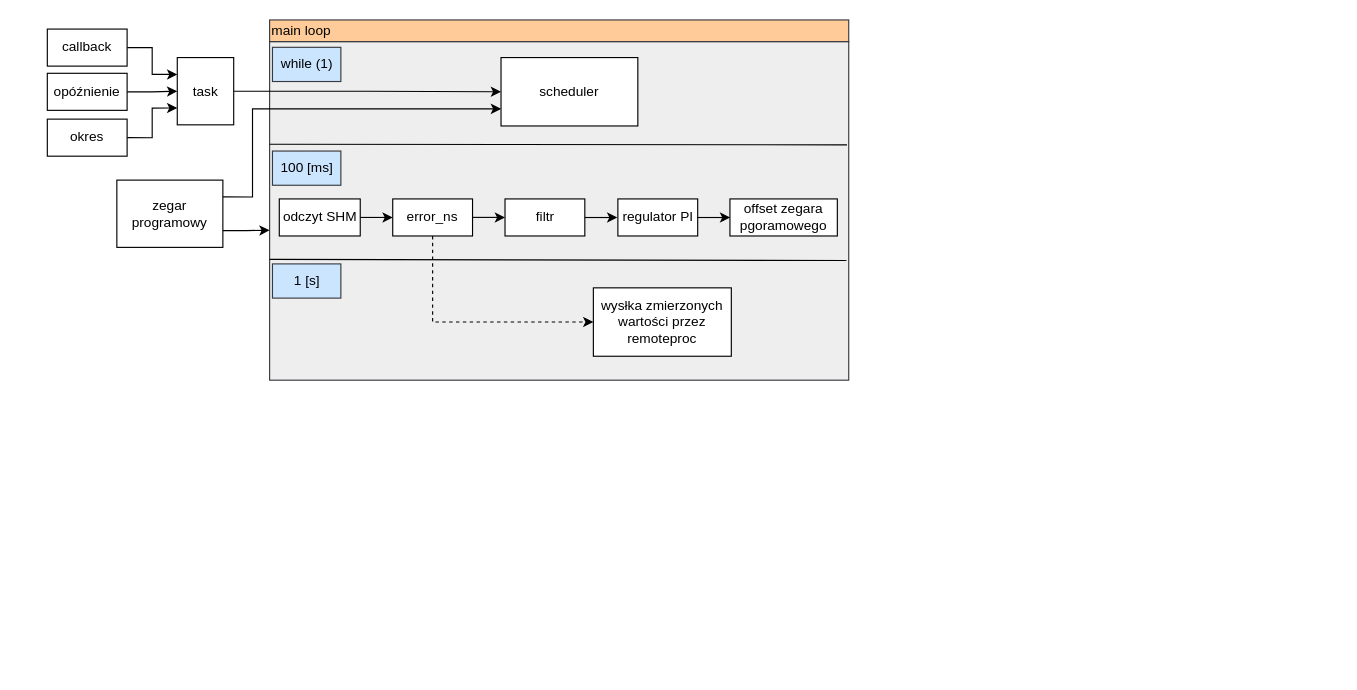
Earlier version of the draw.io diagram page "main_scheme" (3 of 4) of Untitled Diagram.drawio (DominikBudzynski/custom_ntp). Source tidied: cells renumbered, new cells numbered last; positions are measured from the earlier drawing's top-left corner, leaving out a move shared by most shapes. Both pictures are drawn from the tidied source at 114%, with x=0, y=0 at pixel (47, 19).
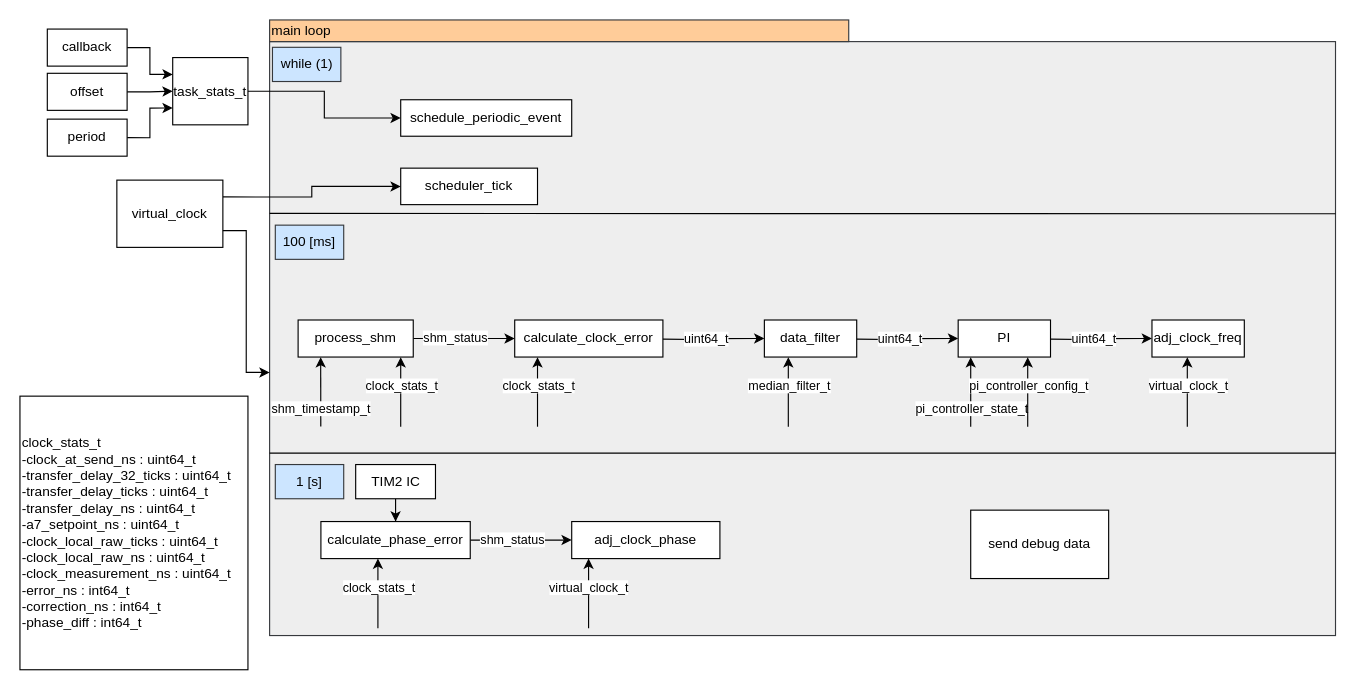
The same diagram, later.

Unchanged cells that the change refers to:
```xml
<mxCell id="11" style="edgeStyle=orthogonalEdgeStyle;rounded=0;jettySize=auto;html=1;exitX=1;exitY=0.5;exitDx=0;exitDy=0;entryX=0;entryY=0.5;entryDx=0;entryDy=0;" parent="1" edge="1" source="12" target="14">
  <mxGeometry relative="1" as="geometry" />
</mxCell>
```

What changed in the source:
```diff
@@
     <mxCell id="2" style="rounded=0;whiteSpace=wrap;html=1;fillColor=#eeeeee;strokeColor=#36393d;" parent="1" vertex="1">
-      <mxGeometry x="195" y="19" width="508" height="297" as="geometry" />
+      <mxGeometry x="195" y="19" width="935" height="521" as="geometry" />
     </mxCell>
-    <mxCell id="3" style="endArrow=none;html=1;rounded=0;exitX=0.003;exitY=0.24;exitDx=0;exitDy=0;exitPerimeter=0;entryX=1;entryY=0.242;entryDx=0;entryDy=0;entryPerimeter=0;" parent="1" edge="1">
+    <mxCell id="3" style="endArrow=none;html=1;rounded=0;exitX=0.003;exitY=0.24;exitDx=0;exitDy=0;exitPerimeter=0;" parent="1" edge="1">
       <mxGeometry relative="1" as="geometry">
-        <mxPoint x="195" y="109" as="sourcePoint" />
-        <mxPoint x="701.5" y="109.6" as="targetPoint" />
+        <mxPoint x="195" y="169.7" as="sourcePoint" />
+        <mxPoint x="1130" y="170" as="targetPoint" />
       </mxGeometry>
     </mxCell>
-    <mxCell id="4" style="endArrow=none;html=1;rounded=0;exitX=0.003;exitY=0.24;exitDx=0;exitDy=0;exitPerimeter=0;entryX=1;entryY=0.242;entryDx=0;entryDy=0;entryPerimeter=0;" parent="1" edge="1">
+    <mxCell id="4" style="endArrow=none;html=1;rounded=0;exitX=0.003;exitY=0.24;exitDx=0;exitDy=0;exitPerimeter=0;" parent="1" edge="1">
       <mxGeometry relative="1" as="geometry">
-        <mxPoint x="195" y="210" as="sourcePoint" />
-        <mxPoint x="701" y="211" as="targetPoint" />
+        <mxPoint x="195" y="380" as="sourcePoint" />
+        <mxPoint x="1130" y="380" as="targetPoint" />
       </mxGeometry>
     </mxCell>
@@
     <mxCell id="6" value="100 [ms]" style="text;html=1;align=center;verticalAlign=middle;whiteSpace=wrap;rounded=0;strokeColor=#36393d;fillColor=#cce5ff;" parent="1" vertex="1">
-      <mxGeometry x="197.5" y="115" width="60" height="30" as="geometry" />
+      <mxGeometry x="200" y="180" width="60" height="30" as="geometry" />
     </mxCell>
     <mxCell id="7" value="1 [s]" style="text;html=1;align=center;verticalAlign=middle;whiteSpace=wrap;rounded=0;strokeColor=#36393d;fillColor=#cce5ff;" parent="1" vertex="1">
-      <mxGeometry x="197.5" y="214" width="60" height="30" as="geometry" />
+      <mxGeometry x="200" y="390" width="60" height="30" as="geometry" />
     </mxCell>
-    <mxCell id="8" value="scheduler" style="rounded=0;whiteSpace=wrap;html=1;" parent="1" vertex="1">
-      <mxGeometry x="398" y="33" width="120" height="60" as="geometry" />
+    <mxCell id="8" value="scheduler_tick" style="rounded=0;whiteSpace=wrap;html=1;" parent="1" vertex="1">
+      <mxGeometry x="310" y="130" width="120" height="32" as="geometry" />
     </mxCell>
-    <mxCell id="9" style="edgeStyle=orthogonalEdgeStyle;rounded=0;jettySize=auto;html=1;exitX=1;exitY=0.5;exitDx=0;exitDy=0;entryX=0;entryY=0.5;entryDx=0;entryDy=0;" parent="1" edge="1" source="10" target="8">
-      <mxGeometry relative="1" as="geometry" />
-    </mxCell>
+    <mxCell id="32" style="edgeStyle=orthogonalEdgeStyle;rounded=0;jettySize=auto;html=1;exitX=1;exitY=0.5;exitDx=0;exitDy=0;" parent="1" edge="1" source="10" target="67">
+      <mxGeometry relative="1" as="geometry" />
+    </mxCell>
-    <mxCell id="10" value="task" style="rounded=0;whiteSpace=wrap;html=1;" parent="1" vertex="1">
-      <mxGeometry x="114" y="33" width="49.5" height="59" as="geometry" />
+    <mxCell id="10" value="task_stats_t" style="rounded=0;whiteSpace=wrap;html=1;" parent="1" vertex="1">
+      <mxGeometry x="110" y="33" width="66" height="59" as="geometry" />
     </mxCell>
@@
+    <mxCell id="33" value="shm_status" style="edgeLabel;html=1;align=center;verticalAlign=middle;" parent="11" vertex="1">
+      <mxGeometry x="-0.18" y="1" relative="1" as="geometry" />
+    </mxCell>
-    <mxCell id="12" value="odczyt SHM" style="rounded=0;whiteSpace=wrap;html=1;" parent="1" vertex="1">
-      <mxGeometry x="203.5" y="157" width="71" height="32.5" as="geometry" />
+    <mxCell id="12" value="process_shm" style="rounded=0;whiteSpace=wrap;html=1;" parent="1" vertex="1">
+      <mxGeometry x="220" y="263.2" width="101" height="32.5" as="geometry" />
     </mxCell>
-    <mxCell id="13" style="edgeStyle=orthogonalEdgeStyle;rounded=0;jettySize=auto;html=1;exitX=0.5;exitY=1;exitDx=0;exitDy=0;entryX=0;entryY=0.5;entryDx=0;entryDy=0;dashed=1;" parent="1" edge="1" source="14" target="24">
-      <mxGeometry relative="1" as="geometry" />
-    </mxCell>
-    <mxCell id="14" value="error_ns" style="rounded=0;whiteSpace=wrap;html=1;" parent="1" vertex="1">
-      <mxGeometry x="303" y="157" width="70" height="32.5" as="geometry" />
+    <mxCell id="14" value="calculate_clock_error" style="rounded=0;whiteSpace=wrap;html=1;" parent="1" vertex="1">
+      <mxGeometry x="410" y="263.2" width="130" height="32.5" as="geometry" />
     </mxCell>
-    <mxCell id="15" style="edgeStyle=orthogonalEdgeStyle;rounded=0;jettySize=auto;html=1;exitX=1;exitY=0.5;exitDx=0;exitDy=0;entryX=0;entryY=0.5;entryDx=0;entryDy=0;" parent="1" edge="1" target="16">
-      <mxGeometry relative="1" as="geometry">
-        <mxPoint x="373" y="173.2" as="sourcePoint" />
-      </mxGeometry>
-    </mxCell>
-    <mxCell id="16" value="filtr" style="rounded=0;whiteSpace=wrap;html=1;" parent="1" vertex="1">
-      <mxGeometry x="401.5" y="157" width="70" height="32.5" as="geometry" />
-    </mxCell>
@@
-    <mxCell id="21" value="opóźnienie" style="rounded=0;whiteSpace=wrap;html=1;" parent="1" vertex="1">
+    <mxCell id="21" value="offset" style="rounded=0;whiteSpace=wrap;html=1;" parent="1" vertex="1">
       <mxGeometry y="46.8" width="70" height="32.5" as="geometry" />
     </mxCell>
@@
-    <mxCell id="23" value="okres" style="rounded=0;whiteSpace=wrap;html=1;" parent="1" vertex="1">
+    <mxCell id="23" value="period" style="rounded=0;whiteSpace=wrap;html=1;" parent="1" vertex="1">
       <mxGeometry y="87" width="70" height="32.5" as="geometry" />
     </mxCell>
-    <mxCell id="24" value="wysłka zmierzonych wartości przez remoteproc" style="rounded=0;whiteSpace=wrap;html=1;" parent="1" vertex="1">
-      <mxGeometry x="479" y="235" width="121" height="60" as="geometry" />
+    <mxCell id="24" value="send debug data" style="rounded=0;whiteSpace=wrap;html=1;" parent="1" vertex="1">
+      <mxGeometry x="810" y="430" width="121" height="60" as="geometry" />
     </mxCell>
-    <mxCell id="25" value="regulator PI" style="rounded=0;whiteSpace=wrap;html=1;" parent="1" vertex="1">
-      <mxGeometry x="500.5" y="157" width="70" height="32.5" as="geometry" />
-    </mxCell>
-    <mxCell id="26" value="offset zegara pgoramowego" style="rounded=0;whiteSpace=wrap;html=1;" parent="1" vertex="1">
-      <mxGeometry x="598.8" y="157" width="94.2" height="32.5" as="geometry" />
-    </mxCell>
-    <mxCell id="27" style="edgeStyle=orthogonalEdgeStyle;rounded=0;jettySize=auto;html=1;exitX=1;exitY=0.25;exitDx=0;exitDy=0;entryX=0;entryY=0.75;entryDx=0;entryDy=0;" parent="1" edge="1" source="28" target="8">
-      <mxGeometry relative="1" as="geometry">
-        <Array as="points">
-          <mxPoint x="180" y="155" />
-          <mxPoint x="180" y="78" />
-        </Array>
-      </mxGeometry>
+    <mxCell id="27" style="edgeStyle=orthogonalEdgeStyle;rounded=0;jettySize=auto;html=1;exitX=1;exitY=0.25;exitDx=0;exitDy=0;entryX=0;entryY=0.5;entryDx=0;entryDy=0;" parent="1" edge="1" source="28" target="8">
+      <mxGeometry relative="1" as="geometry" />
     </mxCell>
-    <mxCell id="28" value="zegar programowy" style="rounded=0;whiteSpace=wrap;html=1;" parent="1" vertex="1">
+    <mxCell id="28" value="virtual_clock" style="rounded=0;whiteSpace=wrap;html=1;" parent="1" vertex="1">
       <mxGeometry x="61" y="140.5" width="93" height="59" as="geometry" />
     </mxCell>
@@
-    <mxCell id="30" style="edgeStyle=orthogonalEdgeStyle;rounded=0;orthogonalLoop=1;jettySize=auto;html=1;exitX=1;exitY=0.5;exitDx=0;exitDy=0;entryX=0;entryY=0.5;entryDx=0;entryDy=0;" parent="1" edge="1">
-      <mxGeometry relative="1" as="geometry">
-        <mxPoint x="471.5" y="173.3" as="sourcePoint" />
-        <mxPoint x="500" y="173" as="targetPoint" />
-      </mxGeometry>
-    </mxCell>
-    <mxCell id="31" style="edgeStyle=orthogonalEdgeStyle;rounded=0;orthogonalLoop=1;jettySize=auto;html=1;exitX=1;exitY=0.5;exitDx=0;exitDy=0;entryX=0;entryY=0.5;entryDx=0;entryDy=0;" parent="1" edge="1">
-      <mxGeometry relative="1" as="geometry">
-        <mxPoint x="570.5" y="173.3" as="sourcePoint" />
-        <mxPoint x="599" y="173" as="targetPoint" />
-      </mxGeometry>
-    </mxCell>
+    <mxCell id="34" style="endArrow=classic;html=1;rounded=0;entryX=0.236;entryY=1.101;entryDx=0;entryDy=0;entryPerimeter=0;" parent="1" edge="1">
+      <mxGeometry relative="1" as="geometry">
+        <mxPoint x="239.9" y="356.7" as="sourcePoint" />
+        <mxPoint x="239.8" y="295.8" as="targetPoint" />
+      </mxGeometry>
+    </mxCell>
+    <mxCell id="35" value="shm_timestamp_t" style="edgeLabel;html=1;align=center;verticalAlign=middle;" parent="34" vertex="1">
+      <mxGeometry x="-0.23" relative="1" as="geometry">
+        <mxPoint y="7" as="offset" />
+      </mxGeometry>
+    </mxCell>
+    <mxCell id="36" style="endArrow=classic;html=1;rounded=0;entryX=0.236;entryY=1.101;entryDx=0;entryDy=0;entryPerimeter=0;" parent="1" edge="1">
+      <mxGeometry relative="1" as="geometry">
+        <mxPoint x="310" y="356.8" as="sourcePoint" />
+        <mxPoint x="310" y="295.8" as="targetPoint" />
+      </mxGeometry>
+    </mxCell>
+    <mxCell id="37" value="clock_stats_t" style="edgeLabel;html=1;align=center;verticalAlign=middle;" parent="36" vertex="1">
+      <mxGeometry x="-0.23" relative="1" as="geometry">
+        <mxPoint y="-13" as="offset" />
+      </mxGeometry>
+    </mxCell>
+    <mxCell id="38" style="endArrow=classic;html=1;rounded=0;entryX=0.236;entryY=1.101;entryDx=0;entryDy=0;entryPerimeter=0;" parent="1" edge="1">
+      <mxGeometry relative="1" as="geometry">
+        <mxPoint x="430" y="356.8" as="sourcePoint" />
+        <mxPoint x="430" y="295.8" as="targetPoint" />
+      </mxGeometry>
+    </mxCell>
+    <mxCell id="39" value="clock_stats_t" style="edgeLabel;html=1;align=center;verticalAlign=middle;" parent="38" vertex="1">
+      <mxGeometry x="-0.23" relative="1" as="geometry">
+        <mxPoint y="-13" as="offset" />
+      </mxGeometry>
+    </mxCell>
+    <mxCell id="40" style="edgeStyle=orthogonalEdgeStyle;rounded=0;jettySize=auto;html=1;exitX=1;exitY=0.5;exitDx=0;exitDy=0;entryX=0;entryY=0.5;entryDx=0;entryDy=0;" parent="1" edge="1" target="42">
+      <mxGeometry relative="1" as="geometry">
+        <mxPoint x="540" y="280" as="sourcePoint" />
+      </mxGeometry>
+    </mxCell>
+    <mxCell id="41" value="uint64_t" style="edgeLabel;html=1;align=center;verticalAlign=middle;" parent="40" vertex="1">
+      <mxGeometry x="-0.18" y="1" relative="1" as="geometry" />
+    </mxCell>
+    <mxCell id="42" value="data_filter" style="rounded=0;whiteSpace=wrap;html=1;" parent="1" vertex="1">
+      <mxGeometry x="629" y="263.2" width="81" height="32.5" as="geometry" />
+    </mxCell>
+    <mxCell id="43" style="endArrow=classic;html=1;rounded=0;entryX=0.236;entryY=1.101;entryDx=0;entryDy=0;entryPerimeter=0;" parent="1" edge="1">
+      <mxGeometry relative="1" as="geometry">
+        <mxPoint x="650" y="356.8" as="sourcePoint" />
+        <mxPoint x="650" y="295.8" as="targetPoint" />
+      </mxGeometry>
+    </mxCell>
+    <mxCell id="44" value="median_filter_t" style="edgeLabel;html=1;align=center;verticalAlign=middle;" parent="43" vertex="1">
+      <mxGeometry x="-0.23" relative="1" as="geometry">
+        <mxPoint y="-13" as="offset" />
+      </mxGeometry>
+    </mxCell>
+    <mxCell id="45" style="edgeStyle=orthogonalEdgeStyle;rounded=0;jettySize=auto;html=1;exitX=1;exitY=0.5;exitDx=0;exitDy=0;entryX=0;entryY=0.5;entryDx=0;entryDy=0;" parent="1" edge="1" target="47">
+      <mxGeometry relative="1" as="geometry">
+        <mxPoint x="710" y="280" as="sourcePoint" />
+      </mxGeometry>
+    </mxCell>
+    <mxCell id="46" value="uint64_t" style="edgeLabel;html=1;align=center;verticalAlign=middle;" parent="45" vertex="1">
+      <mxGeometry x="-0.18" y="1" relative="1" as="geometry" />
+    </mxCell>
+    <mxCell id="47" value="PI" style="rounded=0;whiteSpace=wrap;html=1;" parent="1" vertex="1">
+      <mxGeometry x="799" y="263.2" width="81" height="32.5" as="geometry" />
+    </mxCell>
+    <mxCell id="48" style="endArrow=classic;html=1;rounded=0;entryX=0.236;entryY=1.101;entryDx=0;entryDy=0;entryPerimeter=0;" parent="1" edge="1">
+      <mxGeometry relative="1" as="geometry">
+        <mxPoint x="810" y="356.8" as="sourcePoint" />
+        <mxPoint x="810" y="295.8" as="targetPoint" />
+      </mxGeometry>
+    </mxCell>
+    <mxCell id="49" value="pi_controller_state_t" style="edgeLabel;html=1;align=center;verticalAlign=middle;" parent="48" vertex="1">
+      <mxGeometry x="-0.23" relative="1" as="geometry">
+        <mxPoint y="7" as="offset" />
+      </mxGeometry>
+    </mxCell>
+    <mxCell id="50" style="endArrow=classic;html=1;rounded=0;entryX=0.236;entryY=1.101;entryDx=0;entryDy=0;entryPerimeter=0;" parent="1" edge="1">
+      <mxGeometry relative="1" as="geometry">
+        <mxPoint x="860" y="356.8" as="sourcePoint" />
+        <mxPoint x="860" y="295.8" as="targetPoint" />
+      </mxGeometry>
+    </mxCell>
+    <mxCell id="51" value="pi_controller_config_t" style="edgeLabel;html=1;align=center;verticalAlign=middle;" parent="50" vertex="1">
+      <mxGeometry x="-0.23" relative="1" as="geometry">
+        <mxPoint y="-13" as="offset" />
+      </mxGeometry>
+    </mxCell>
+    <mxCell id="52" style="edgeStyle=orthogonalEdgeStyle;rounded=0;jettySize=auto;html=1;exitX=1;exitY=0.5;exitDx=0;exitDy=0;entryX=0;entryY=0.5;entryDx=0;entryDy=0;" parent="1" edge="1" target="54">
+      <mxGeometry relative="1" as="geometry">
+        <mxPoint x="880" y="280" as="sourcePoint" />
+      </mxGeometry>
+    </mxCell>
+    <mxCell id="53" value="uint64_t" style="edgeLabel;html=1;align=center;verticalAlign=middle;" parent="52" vertex="1">
+      <mxGeometry x="-0.18" y="1" relative="1" as="geometry" />
+    </mxCell>
+    <mxCell id="54" value="adj_clock_freq" style="rounded=0;whiteSpace=wrap;html=1;" parent="1" vertex="1">
+      <mxGeometry x="969" y="263.2" width="81" height="32.5" as="geometry" />
+    </mxCell>
+    <mxCell id="55" style="endArrow=classic;html=1;rounded=0;entryX=0.236;entryY=1.101;entryDx=0;entryDy=0;entryPerimeter=0;" parent="1" edge="1">
+      <mxGeometry relative="1" as="geometry">
+        <mxPoint x="1000" y="356.8" as="sourcePoint" />
+        <mxPoint x="1000" y="295.8" as="targetPoint" />
+      </mxGeometry>
+    </mxCell>
+    <mxCell id="56" value="virtual_clock_t" style="edgeLabel;html=1;align=center;verticalAlign=middle;" parent="55" vertex="1">
+      <mxGeometry x="-0.23" relative="1" as="geometry">
+        <mxPoint y="-13" as="offset" />
+      </mxGeometry>
+    </mxCell>
+    <mxCell id="57" style="edgeStyle=orthogonalEdgeStyle;rounded=0;jettySize=auto;html=1;entryX=0.5;entryY=0;entryDx=0;entryDy=0;" parent="1" edge="1" source="58" target="61">
+      <mxGeometry relative="1" as="geometry" />
+    </mxCell>
+    <mxCell id="58" value="TIM2 IC" style="rounded=0;whiteSpace=wrap;html=1;" parent="1" vertex="1">
+      <mxGeometry x="270.5" y="390" width="70" height="30" as="geometry" />
+    </mxCell>
+    <mxCell id="59" style="edgeStyle=orthogonalEdgeStyle;rounded=0;jettySize=auto;html=1;exitX=1;exitY=0.5;exitDx=0;exitDy=0;entryX=0;entryY=0.5;entryDx=0;entryDy=0;" parent="1" edge="1" source="61" target="62">
+      <mxGeometry relative="1" as="geometry" />
+    </mxCell>
+    <mxCell id="60" value="shm_status" style="edgeLabel;html=1;align=center;verticalAlign=middle;" parent="59" vertex="1">
+      <mxGeometry x="-0.18" y="1" relative="1" as="geometry" />
+    </mxCell>
+    <mxCell id="61" value="calculate_phase_error" style="rounded=0;whiteSpace=wrap;html=1;" parent="1" vertex="1">
+      <mxGeometry x="240" y="440" width="131" height="32.5" as="geometry" />
+    </mxCell>
+    <mxCell id="62" value="adj_clock_phase" style="rounded=0;whiteSpace=wrap;html=1;" parent="1" vertex="1">
+      <mxGeometry x="460" y="440" width="130" height="32.5" as="geometry" />
+    </mxCell>
+    <mxCell id="63" style="endArrow=classic;html=1;rounded=0;entryX=0.236;entryY=1.101;entryDx=0;entryDy=0;entryPerimeter=0;" parent="1" edge="1">
+      <mxGeometry relative="1" as="geometry">
+        <mxPoint x="290" y="533.5" as="sourcePoint" />
+        <mxPoint x="290" y="472.5" as="targetPoint" />
+      </mxGeometry>
+    </mxCell>
+    <mxCell id="64" value="clock_stats_t" style="edgeLabel;html=1;align=center;verticalAlign=middle;" parent="63" vertex="1">
+      <mxGeometry x="-0.23" relative="1" as="geometry">
+        <mxPoint y="-13" as="offset" />
+      </mxGeometry>
+    </mxCell>
+    <mxCell id="65" style="endArrow=classic;html=1;rounded=0;entryX=0.236;entryY=1.101;entryDx=0;entryDy=0;entryPerimeter=0;" parent="1" edge="1">
+      <mxGeometry relative="1" as="geometry">
+        <mxPoint x="474.8" y="533.5" as="sourcePoint" />
+        <mxPoint x="474.8" y="472.5" as="targetPoint" />
+      </mxGeometry>
+    </mxCell>
+    <mxCell id="66" value="virtual_clock_t" style="edgeLabel;html=1;align=center;verticalAlign=middle;" parent="65" vertex="1">
+      <mxGeometry x="-0.23" relative="1" as="geometry">
+        <mxPoint y="-13" as="offset" />
+      </mxGeometry>
+    </mxCell>
+    <mxCell id="67" value="schedule_periodic_event" style="rounded=0;whiteSpace=wrap;html=1;" parent="1" vertex="1">
+      <mxGeometry x="310" y="70" width="150" height="32" as="geometry" />
+    </mxCell>
+    <mxCell id="68" value="&lt;div style=&quot;&quot;&gt;&lt;span style=&quot;background-color: transparent; color: light-dark(rgb(0, 0, 0), rgb(255, 255, 255));&quot;&gt;clock_stats_t&lt;/span&gt;&lt;/div&gt;-clock_at_send_ns : uint64_t&lt;div&gt;-transfer_delay_32_ticks : uint64_t&lt;/div&gt;&lt;div&gt;-transfer_delay_ticks : uint64_t&lt;/div&gt;&lt;div&gt;-transfer_delay_ns : uint64_t&lt;/div&gt;&lt;div&gt;-a7_setpoint_ns : uint64_t&lt;/div&gt;&lt;div&gt;-clock_local_raw_ticks : uint64_t&lt;/div&gt;&lt;div&gt;-clock_local_raw_ns : uint64_t&lt;/div&gt;&lt;div&gt;-clock_measurement_ns : uint64_t&lt;/div&gt;&lt;div&gt;-error_ns : int64_t&lt;/div&gt;&lt;div&gt;-correction_ns : int64_t&lt;/div&gt;&lt;div&gt;-phase_diff : int64_t&lt;/div&gt;" style="rounded=0;whiteSpace=wrap;html=1;align=left;" parent="1" vertex="1">
+      <mxGeometry x="-24" y="330" width="200" height="240" as="geometry" />
+    </mxCell>
```
